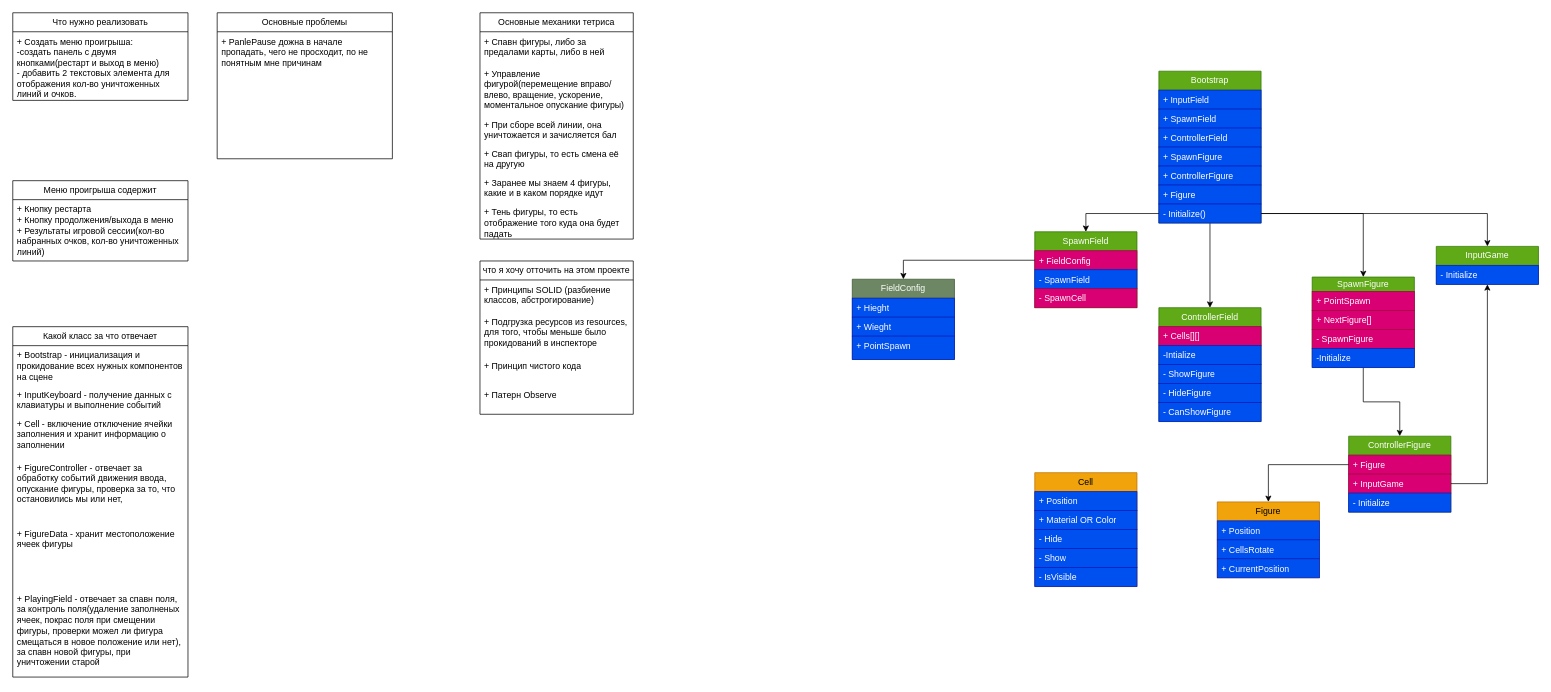
Bablakov/Tetris keeps this draw.io diagram as TetrisGame.drawio. Above is the earlier version. Source tidied: cells renumbered, new cells numbered last; positions are measured from the earlier drawing's top-left corner, leaving out a move shared by most shapes. Both pictures are drawn from the tidied source at 73%, with x=0, y=0 at pixel (12, 12).
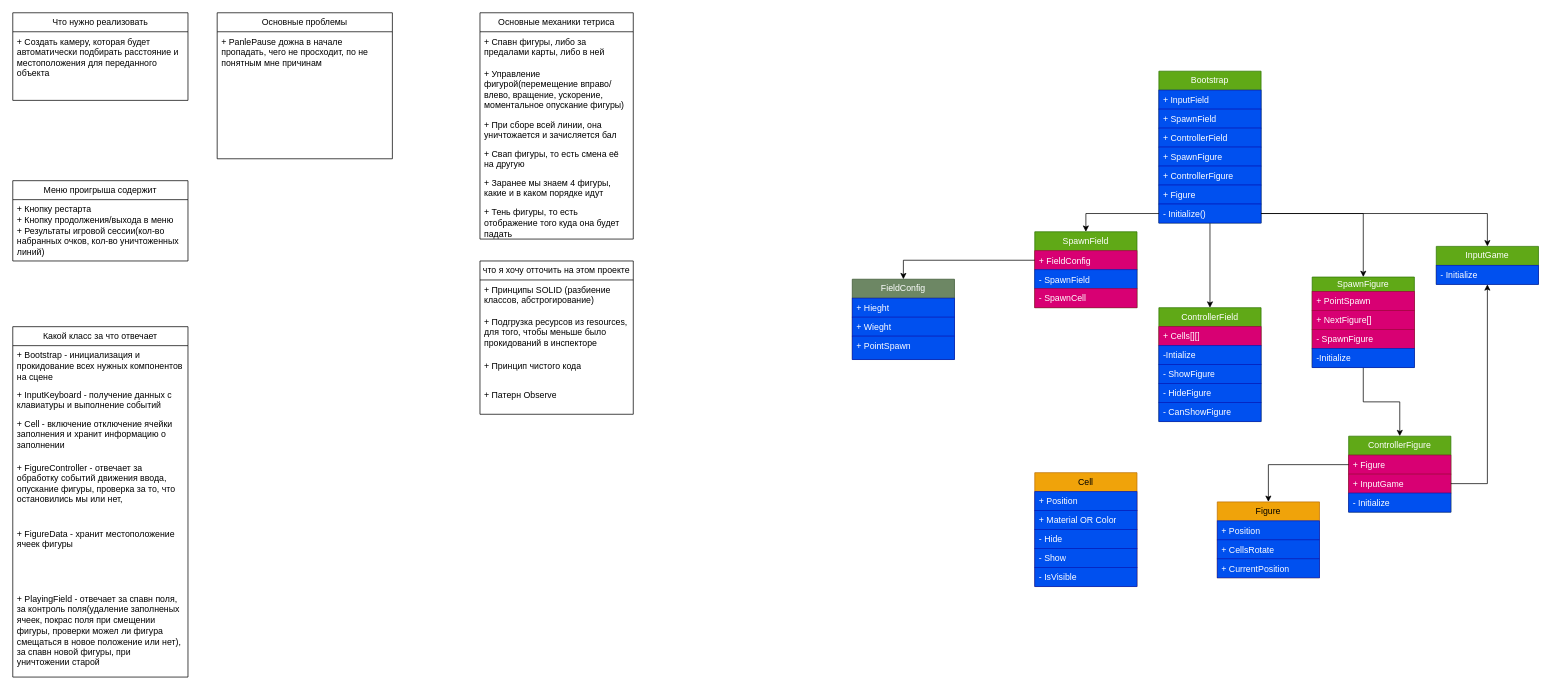
After the change.

The change refers to these unchanged cells:
```xml
<mxCell id="2" value="Что нужно реализовать" style="swimlane;fontStyle=0;horizontal=1;startSize=26;fillColor=none;whiteSpace=wrap;html=1;" parent="1" vertex="1">
  <mxGeometry width="240" height="120" as="geometry" />
</mxCell>
```

The edit, as a diff of the source:
```diff
@@
-    <mxCell id="3" value="+ Создать меню проигрыша:&lt;div&gt;-создать панель с двумя кнопками(рестарт и выход в меню)&lt;/div&gt;&lt;div&gt;- добавить 2 текстовых элемента для отображения кол-во уничтоженных линий и очков.&lt;/div&gt;" style="text;strokeColor=none;fillColor=none;align=left;verticalAlign=top;spacingLeft=4;spacingRight=4;overflow=hidden;whiteSpace=wrap;html=1;" parent="2" vertex="1">
+    <mxCell id="3" value="+ Создать камеру, которая будет автоматически подбирать расстояние и местоположения для переданного объекта" style="text;strokeColor=none;fillColor=none;align=left;verticalAlign=top;spacingLeft=4;spacingRight=4;overflow=hidden;whiteSpace=wrap;html=1;" parent="2" vertex="1">
       <mxGeometry y="26" width="240" height="94" as="geometry" />
     </mxCell>
```
